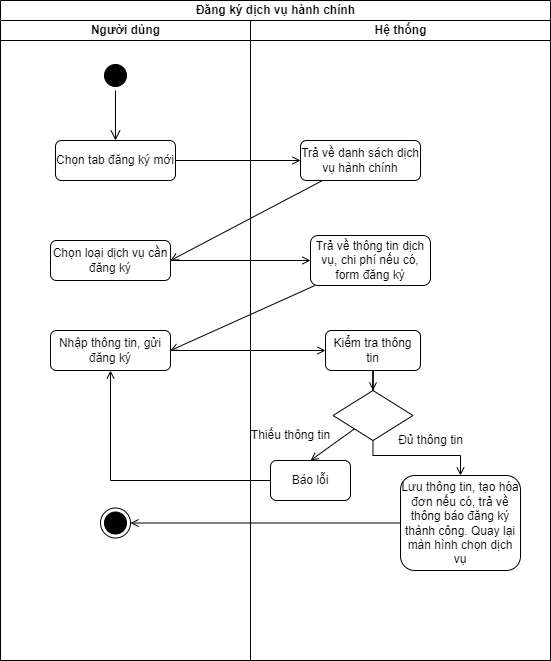
This is activity diagram/Hành chính công-Đăng ký.drawio.png from kienndhn/draw-io, a draw.io export, as it was before one commit. Source tidied: cells renumbered, new cells last; positions are measured from the earlier drawing's top-left corner, leaving out a move shared by most shapes.
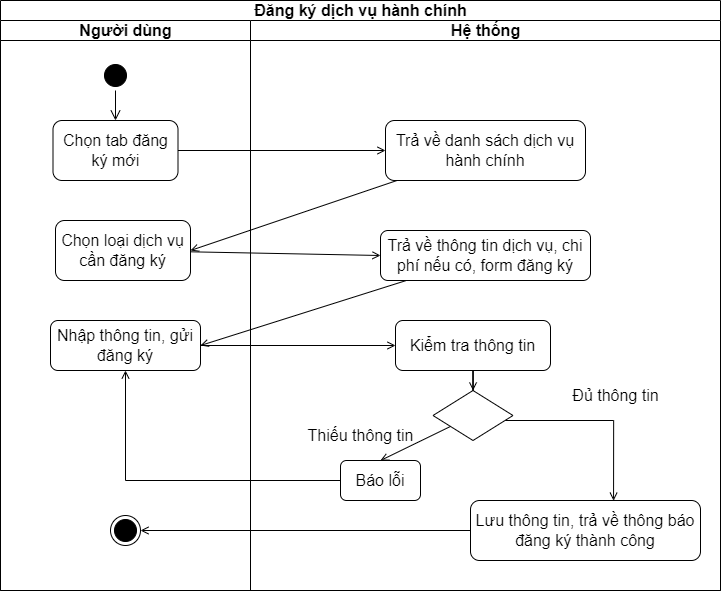
Above is the later version.

The edit, as a diff of the source:
```diff
@@ -2,91 +2,92 @@
   <root>
     <mxCell id="0" />
     <mxCell id="1" parent="0" />
-    <mxCell id="2" value="Đăng ký dịch vụ hành chính" style="swimlane;startSize=20;html=1;" parent="1" vertex="1">
-      <mxGeometry width="550" height="660" as="geometry" />
+    <mxCell id="2" value="Đăng ký dịch vụ hành chính" style="swimlane;startSize=20;html=1;fontSize=16;" parent="1" vertex="1">
+      <mxGeometry width="720" height="590" as="geometry" />
     </mxCell>
-    <mxCell id="3" value="Người dùng" style="swimlane;startSize=20;html=1;" parent="2" vertex="1">
-      <mxGeometry y="20" width="250" height="640" as="geometry" />
+    <mxCell id="3" value="Người dùng" style="swimlane;startSize=20;html=1;fontSize=16;" parent="2" vertex="1">
+      <mxGeometry y="20" width="250" height="570" as="geometry" />
     </mxCell>
-    <mxCell id="4" style="ellipse;html=1;shape=startState;fillColor=#000000;strokeColor=#000000;" parent="3" vertex="1">
+    <mxCell id="4" style="ellipse;html=1;shape=startState;fillColor=#000000;strokeColor=#000000;fontSize=16;" parent="3" vertex="1">
       <mxGeometry x="100" y="40" width="30" height="30" as="geometry" />
     </mxCell>
-    <mxCell id="5" style="edgeStyle=orthogonalEdgeStyle;html=1;verticalAlign=bottom;endArrow=open;endSize=8;strokeColor=#000000;rounded=0;entryX=0.5;entryY=0;entryDx=0;entryDy=0;" parent="3" edge="1" source="4" target="6">
+    <mxCell id="5" style="edgeStyle=orthogonalEdgeStyle;html=1;verticalAlign=bottom;endArrow=open;endSize=8;strokeColor=#000000;rounded=0;entryX=0.5;entryY=0;entryDx=0;entryDy=0;fontSize=16;" parent="3" edge="1" source="4" target="6">
       <mxGeometry relative="1" as="geometry" />
     </mxCell>
-    <mxCell id="6" value="Chọn tab đăng ký mới" style="rounded=1;whiteSpace=wrap;html=1;strokeColor=#000000;" parent="3" vertex="1">
-      <mxGeometry x="55" y="120" width="120" height="40" as="geometry" />
+    <mxCell id="6" value="Chọn tab đăng ký mới" style="rounded=1;whiteSpace=wrap;html=1;strokeColor=#000000;fontSize=16;" parent="3" vertex="1">
+      <mxGeometry x="52.5" y="100" width="125" height="60" as="geometry" />
     </mxCell>
-    <mxCell id="7" value="Chọn loại dịch vụ cần đăng ký" style="rounded=1;whiteSpace=wrap;html=1;strokeColor=#000000;" parent="3" vertex="1">
-      <mxGeometry x="50" y="220" width="120" height="40" as="geometry" />
+    <mxCell id="7" value="Chọn loại dịch vụ cần đăng ký" style="rounded=1;whiteSpace=wrap;html=1;strokeColor=#000000;fontSize=16;" parent="3" vertex="1">
+      <mxGeometry x="55" y="200" width="135" height="60" as="geometry" />
     </mxCell>
-    <mxCell id="8" value="Nhập thông tin, gửi đăng ký" style="rounded=1;whiteSpace=wrap;html=1;strokeColor=#000000;" parent="3" vertex="1">
-      <mxGeometry x="50" y="310" width="120" height="40" as="geometry" />
+    <mxCell id="8" value="Nhập thông tin, gửi đăng ký" style="rounded=1;whiteSpace=wrap;html=1;strokeColor=#000000;fontSize=16;" parent="3" vertex="1">
+      <mxGeometry x="50" y="300" width="150" height="50" as="geometry" />
     </mxCell>
-    <mxCell id="9" style="ellipse;html=1;shape=endState;fillColor=#000000;strokeColor=#000000;" parent="3" vertex="1">
-      <mxGeometry x="100" y="487.5" width="30" height="30" as="geometry" />
+    <mxCell id="9" style="ellipse;html=1;shape=endState;fillColor=#000000;strokeColor=#000000;fontSize=16;" parent="3" vertex="1">
+      <mxGeometry x="110" y="495" width="30" height="30" as="geometry" />
     </mxCell>
-    <mxCell id="10" style="rounded=0;jettySize=auto;html=1;entryX=0;entryY=0.5;entryDx=0;entryDy=0;strokeColor=#000000;endArrow=open;endFill=0;" parent="2" edge="1" source="6" target="16">
+    <mxCell id="10" style="rounded=0;jettySize=auto;html=1;entryX=0;entryY=0.5;entryDx=0;entryDy=0;strokeColor=#000000;endArrow=open;endFill=0;fontSize=16;" parent="2" edge="1" source="6" target="16">
       <mxGeometry relative="1" as="geometry" />
     </mxCell>
-    <mxCell id="11" style="rounded=0;jettySize=auto;html=1;strokeColor=#000000;endArrow=open;endFill=0;entryX=1;entryY=0.5;entryDx=0;entryDy=0;" parent="2" edge="1" source="16" target="7">
+    <mxCell id="11" style="rounded=0;jettySize=auto;html=1;strokeColor=#000000;endArrow=open;endFill=0;entryX=1;entryY=0.5;entryDx=0;entryDy=0;fontSize=16;" parent="2" edge="1" source="16" target="7">
       <mxGeometry relative="1" as="geometry" />
     </mxCell>
-    <mxCell id="12" style="rounded=0;jettySize=auto;html=1;entryX=0;entryY=0.5;entryDx=0;entryDy=0;strokeColor=#000000;endArrow=open;endFill=0;" parent="2" edge="1" source="7" target="17">
+    <mxCell id="12" style="rounded=0;jettySize=auto;html=1;entryX=0;entryY=0.5;entryDx=0;entryDy=0;strokeColor=#000000;endArrow=open;endFill=0;fontSize=16;" parent="2" edge="1" source="7" target="17">
       <mxGeometry relative="1" as="geometry" />
     </mxCell>
-    <mxCell id="13" style="rounded=0;jettySize=auto;html=1;strokeColor=#000000;endArrow=open;endFill=0;entryX=1;entryY=0.5;entryDx=0;entryDy=0;" parent="2" edge="1" source="17" target="8">
+    <mxCell id="13" style="rounded=0;jettySize=auto;html=1;strokeColor=#000000;endArrow=open;endFill=0;entryX=1;entryY=0.5;entryDx=0;entryDy=0;fontSize=16;" parent="2" edge="1" source="17" target="8">
       <mxGeometry relative="1" as="geometry" />
     </mxCell>
-    <mxCell id="14" style="rounded=0;jettySize=auto;html=1;entryX=0;entryY=0.5;entryDx=0;entryDy=0;strokeColor=#000000;endArrow=open;endFill=0;" parent="2" edge="1" source="8" target="22">
+    <mxCell id="14" style="rounded=0;jettySize=auto;html=1;entryX=0;entryY=0.5;entryDx=0;entryDy=0;strokeColor=#000000;endArrow=open;endFill=0;fontSize=16;" parent="2" edge="1" source="8" target="22">
       <mxGeometry relative="1" as="geometry" />
     </mxCell>
-    <mxCell id="15" value="Hệ thống" style="swimlane;startSize=20;html=1;" parent="2" vertex="1">
-      <mxGeometry x="250" y="20" width="300" height="640" as="geometry" />
+    <mxCell id="15" value="Hệ thống" style="swimlane;startSize=20;html=1;fontSize=16;" parent="2" vertex="1">
+      <mxGeometry x="250" y="20" width="470" height="570" as="geometry" />
     </mxCell>
-    <mxCell id="16" value="Trả về danh sách dịch vụ hành chính" style="rounded=1;whiteSpace=wrap;html=1;strokeColor=#000000;" parent="15" vertex="1">
-      <mxGeometry x="50" y="120" width="120" height="40" as="geometry" />
+    <mxCell id="16" value="Trả về danh sách dịch vụ hành chính" style="rounded=1;whiteSpace=wrap;html=1;strokeColor=#000000;fontSize=16;" parent="15" vertex="1">
+      <mxGeometry x="135" y="100" width="200" height="60" as="geometry" />
     </mxCell>
-    <mxCell id="17" value="Trả về thông tin dịch vụ, chi phí nếu có, form đăng ký" style="rounded=1;whiteSpace=wrap;html=1;strokeColor=#000000;" parent="15" vertex="1">
-      <mxGeometry x="60" y="215" width="120" height="50" as="geometry" />
+    <mxCell id="17" value="Trả về thông tin dịch vụ, chi phí nếu có, form đăng ký" style="rounded=1;whiteSpace=wrap;html=1;strokeColor=#000000;fontSize=16;" parent="15" vertex="1">
+      <mxGeometry x="130" y="210" width="210" height="50" as="geometry" />
     </mxCell>
-    <mxCell id="18" style="rounded=0;jettySize=auto;html=1;entryX=0.5;entryY=0;entryDx=0;entryDy=0;strokeColor=#000000;endArrow=open;endFill=0;" parent="15" edge="1" source="20" target="23">
+    <mxCell id="18" style="rounded=0;jettySize=auto;html=1;entryX=0.5;entryY=0;entryDx=0;entryDy=0;strokeColor=#000000;endArrow=open;endFill=0;fontSize=16;" parent="15" edge="1" source="20" target="23">
       <mxGeometry relative="1" as="geometry" />
     </mxCell>
-    <mxCell id="19" style="edgeStyle=orthogonalEdgeStyle;rounded=0;jettySize=auto;html=1;entryX=0.5;entryY=0;entryDx=0;entryDy=0;strokeColor=#000000;endArrow=open;endFill=0;" parent="15" edge="1" source="20" target="24">
+    <mxCell id="19" style="edgeStyle=orthogonalEdgeStyle;rounded=0;jettySize=auto;html=1;entryX=0.622;entryY=0.003;entryDx=0;entryDy=0;entryPerimeter=0;endArrow=open;endFill=0;" parent="15" edge="1" source="20" target="24">
       <mxGeometry relative="1" as="geometry">
         <Array as="points">
-          <mxPoint x="123" y="435" />
-          <mxPoint x="210" y="435" />
+          <mxPoint x="363" y="400" />
         </Array>
       </mxGeometry>
     </mxCell>
-    <mxCell id="20" style="rhombus;whiteSpace=wrap;html=1;strokeColor=#000000;" parent="15" vertex="1">
-      <mxGeometry x="82.5" y="370" width="80" height="50" as="geometry" />
+    <mxCell id="20" style="rhombus;whiteSpace=wrap;html=1;strokeColor=#000000;fontSize=16;" parent="15" vertex="1">
+      <mxGeometry x="182.5" y="370" width="80" height="50" as="geometry" />
     </mxCell>
-    <mxCell id="21" style="edgeStyle=orthogonalEdgeStyle;rounded=0;jettySize=auto;html=1;strokeColor=#000000;endArrow=open;endFill=0;" parent="15" edge="1" source="22" target="20">
-      <mxGeometry relative="1" as="geometry" />
+    <mxCell id="21" style="edgeStyle=orthogonalEdgeStyle;rounded=0;jettySize=auto;html=1;strokeColor=#000000;endArrow=open;endFill=0;fontSize=16;" parent="15" edge="1" source="22">
+      <mxGeometry relative="1" as="geometry">
+        <mxPoint x="222.5" y="370" as="targetPoint" />
+      </mxGeometry>
     </mxCell>
-    <mxCell id="22" value="Kiểm tra thông tin" style="rounded=1;whiteSpace=wrap;html=1;strokeColor=#000000;" parent="15" vertex="1">
-      <mxGeometry x="75" y="310" width="95" height="40" as="geometry" />
+    <mxCell id="22" value="Kiểm tra thông tin" style="rounded=1;whiteSpace=wrap;html=1;strokeColor=#000000;fontSize=16;" parent="15" vertex="1">
+      <mxGeometry x="145" y="300" width="155" height="50" as="geometry" />
     </mxCell>
-    <mxCell id="23" value="Báo lỗi" style="rounded=1;whiteSpace=wrap;html=1;strokeColor=#000000;" parent="15" vertex="1">
-      <mxGeometry x="20" y="440" width="80" height="40" as="geometry" />
+    <mxCell id="23" value="Báo lỗi" style="rounded=1;whiteSpace=wrap;html=1;strokeColor=#000000;fontSize=16;" parent="15" vertex="1">
+      <mxGeometry x="90" y="440" width="80" height="40" as="geometry" />
     </mxCell>
-    <mxCell id="24" value="Lưu thông tin, tạo hóa đơn nếu có, trả về thông báo đăng ký thành công. Quay lại màn hình chọn dịch vụ" style="rounded=1;whiteSpace=wrap;html=1;strokeColor=#000000;" parent="15" vertex="1">
-      <mxGeometry x="150" y="455" width="120" height="95" as="geometry" />
+    <mxCell id="24" value="Lưu thông tin, trả về thông báo đăng ký thành công" style="rounded=1;whiteSpace=wrap;html=1;strokeColor=#000000;fontSize=16;" parent="15" vertex="1">
+      <mxGeometry x="220" y="480" width="230" height="60" as="geometry" />
     </mxCell>
-    <mxCell id="25" value="Thiếu thông tin" style="text;html=1;align=center;verticalAlign=middle;strokeColor=none;fillColor=none;" parent="15" vertex="1">
-      <mxGeometry x="-10" y="400" width="100" height="30" as="geometry" />
+    <mxCell id="25" value="Thiếu thông tin" style="text;html=1;align=center;verticalAlign=middle;strokeColor=none;fillColor=none;fontSize=16;" parent="15" vertex="1">
+      <mxGeometry x="45" y="400" width="130" height="30" as="geometry" />
     </mxCell>
+    <mxCell id="28" value="Đủ thông tin" style="text;html=1;align=center;verticalAlign=middle;strokeColor=none;fillColor=none;fontSize=16;" parent="15" vertex="1">
+      <mxGeometry x="310" y="360" width="110" height="30" as="geometry" />
+    </mxCell>
-    <mxCell id="26" style="edgeStyle=orthogonalEdgeStyle;rounded=0;jettySize=auto;html=1;entryX=1;entryY=0.5;entryDx=0;entryDy=0;strokeColor=#000000;endArrow=open;endFill=0;" parent="2" edge="1" source="24" target="9">
+    <mxCell id="26" style="edgeStyle=orthogonalEdgeStyle;rounded=0;jettySize=auto;html=1;entryX=1;entryY=0.5;entryDx=0;entryDy=0;strokeColor=#000000;endArrow=open;endFill=0;fontSize=16;" parent="2" edge="1" source="24" target="9">
       <mxGeometry relative="1" as="geometry" />
     </mxCell>
-    <mxCell id="27" style="edgeStyle=orthogonalEdgeStyle;rounded=0;jettySize=auto;html=1;entryX=0.5;entryY=1;entryDx=0;entryDy=0;strokeColor=#000000;endArrow=open;endFill=0;" parent="2" edge="1" source="23" target="8">
+    <mxCell id="27" style="edgeStyle=orthogonalEdgeStyle;rounded=0;jettySize=auto;html=1;entryX=0.5;entryY=1;entryDx=0;entryDy=0;strokeColor=#000000;endArrow=open;endFill=0;fontSize=16;" parent="2" edge="1" source="23" target="8">
       <mxGeometry relative="1" as="geometry" />
     </mxCell>
-    <mxCell id="28" value="Đủ thông tin" style="text;html=1;align=center;verticalAlign=middle;strokeColor=none;fillColor=none;" parent="1" vertex="1">
-      <mxGeometry x="385" y="425" width="90" height="30" as="geometry" />
-    </mxCell>
   </root>
 </mxGraphModel>
```
